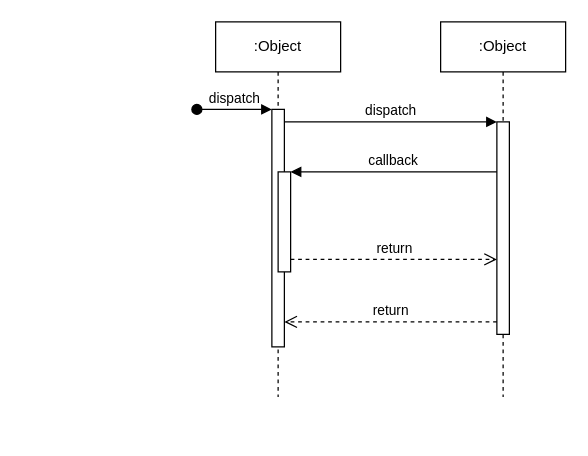
adl409/SE-project-Group-5 keeps this draw.io diagram as Remove Item Sequence Diagram.drawio. Above is the earlier version. Source tidied: cells renumbered, new cells numbered last; positions are measured from the earlier drawing's top-left corner, leaving out a move shared by most shapes. Both pictures are drawn from the tidied source at 125%, with x=0, y=0 at pixel (196, 21).
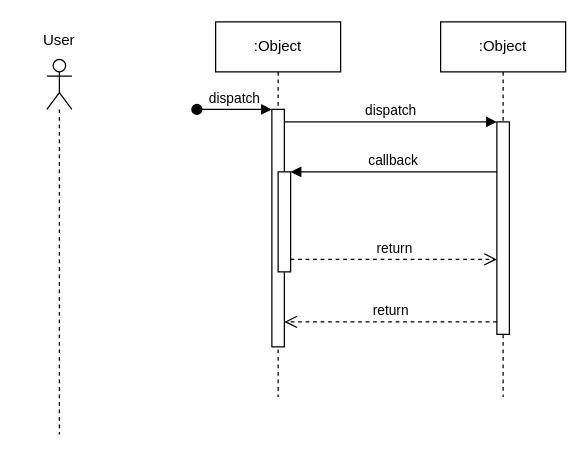
The same diagram, later.

The edit, as a diff of the source:
```diff
@@
 <mxGraphModel>
   <root>
     <mxCell id="0" />
     <mxCell id="1" parent="0" />
     <mxCell id="2" value=":Object" style="shape=umlLifeline;perimeter=lifelinePerimeter;whiteSpace=wrap;html=1;newEdgeStyle={&quot;edgeStyle&quot;:&quot;elbowEdgeStyle&quot;,&quot;elbow&quot;:&quot;vertical&quot;,&quot;curved&quot;:0,&quot;rounded&quot;:0};" parent="1" vertex="1">
       <mxGeometry x="15" width="100" height="300" as="geometry" />
     </mxCell>
     <mxCell id="3" style="html=1;points=[];perimeter=orthogonalPerimeter;outlineConnect=0;targetShapes=umlLifeline;portConstraint=eastwest;newEdgeStyle={&quot;edgeStyle&quot;:&quot;elbowEdgeStyle&quot;,&quot;elbow&quot;:&quot;vertical&quot;,&quot;curved&quot;:0,&quot;rounded&quot;:0};" parent="2" vertex="1">
       <mxGeometry x="45" y="70" width="10" height="190" as="geometry" />
     </mxCell>
     <mxCell id="4" value="dispatch" style="html=1;verticalAlign=bottom;startArrow=oval;endArrow=block;startSize=8;edgeStyle=elbowEdgeStyle;elbow=vertical;curved=0;rounded=0;" parent="2" edge="1" target="3">
       <mxGeometry relative="1" as="geometry">
         <mxPoint x="-15" y="70" as="sourcePoint" />
       </mxGeometry>
     </mxCell>
     <mxCell id="5" style="html=1;points=[];perimeter=orthogonalPerimeter;outlineConnect=0;targetShapes=umlLifeline;portConstraint=eastwest;newEdgeStyle={&quot;edgeStyle&quot;:&quot;elbowEdgeStyle&quot;,&quot;elbow&quot;:&quot;vertical&quot;,&quot;curved&quot;:0,&quot;rounded&quot;:0};" parent="2" vertex="1">
       <mxGeometry x="50" y="120" width="10" height="80" as="geometry" />
     </mxCell>
     <mxCell id="6" value=":Object" style="shape=umlLifeline;perimeter=lifelinePerimeter;whiteSpace=wrap;html=1;newEdgeStyle={&quot;edgeStyle&quot;:&quot;elbowEdgeStyle&quot;,&quot;elbow&quot;:&quot;vertical&quot;,&quot;curved&quot;:0,&quot;rounded&quot;:0};" parent="1" vertex="1">
       <mxGeometry x="195" width="100" height="300" as="geometry" />
     </mxCell>
     <mxCell id="7" style="html=1;points=[];perimeter=orthogonalPerimeter;outlineConnect=0;targetShapes=umlLifeline;portConstraint=eastwest;newEdgeStyle={&quot;edgeStyle&quot;:&quot;elbowEdgeStyle&quot;,&quot;elbow&quot;:&quot;vertical&quot;,&quot;curved&quot;:0,&quot;rounded&quot;:0};" parent="6" vertex="1">
       <mxGeometry x="45" y="80" width="10" height="170" as="geometry" />
     </mxCell>
     <mxCell id="8" value="dispatch" style="html=1;verticalAlign=bottom;endArrow=block;edgeStyle=elbowEdgeStyle;elbow=vertical;curved=0;rounded=0;" parent="1" edge="1" source="3" target="7">
       <mxGeometry relative="1" as="geometry">
         <Array as="points">
           <mxPoint x="155" y="80" />
         </Array>
       </mxGeometry>
     </mxCell>
     <mxCell id="9" value="return" style="html=1;verticalAlign=bottom;endArrow=open;dashed=1;endSize=8;edgeStyle=elbowEdgeStyle;elbow=vertical;curved=0;rounded=0;" parent="1" edge="1" source="7" target="3">
       <mxGeometry relative="1" as="geometry">
         <Array as="points">
           <mxPoint x="165" y="240" />
         </Array>
       </mxGeometry>
     </mxCell>
     <mxCell id="10" value="callback" style="html=1;verticalAlign=bottom;endArrow=block;edgeStyle=elbowEdgeStyle;elbow=vertical;curved=0;rounded=0;" parent="1" edge="1" source="7" target="5">
       <mxGeometry relative="1" as="geometry">
         <Array as="points">
           <mxPoint x="165" y="120" />
         </Array>
       </mxGeometry>
     </mxCell>
     <mxCell id="11" value="return" style="html=1;verticalAlign=bottom;endArrow=open;dashed=1;endSize=8;edgeStyle=elbowEdgeStyle;elbow=vertical;curved=0;rounded=0;" parent="1" edge="1" source="5" target="7">
       <mxGeometry relative="1" as="geometry">
         <Array as="points">
           <mxPoint x="155" y="190" />
         </Array>
       </mxGeometry>
     </mxCell>
+    <mxCell id="12" style="shape=umlLifeline;perimeter=lifelinePerimeter;whiteSpace=wrap;html=1;newEdgeStyle={&quot;edgeStyle&quot;:&quot;elbowEdgeStyle&quot;,&quot;elbow&quot;:&quot;vertical&quot;,&quot;curved&quot;:0,&quot;rounded&quot;:0};participant=umlActor;" parent="1" vertex="1">
+      <mxGeometry x="-120" y="30" width="20" height="300" as="geometry" />
+    </mxCell>
+    <mxCell id="13" value="User" style="text;strokeColor=none;align=center;fillColor=none;html=1;verticalAlign=middle;whiteSpace=wrap;rounded=0;" parent="1" vertex="1">
+      <mxGeometry x="-140" width="60" height="30" as="geometry" />
+    </mxCell>
   </root>
 </mxGraphModel>
```
